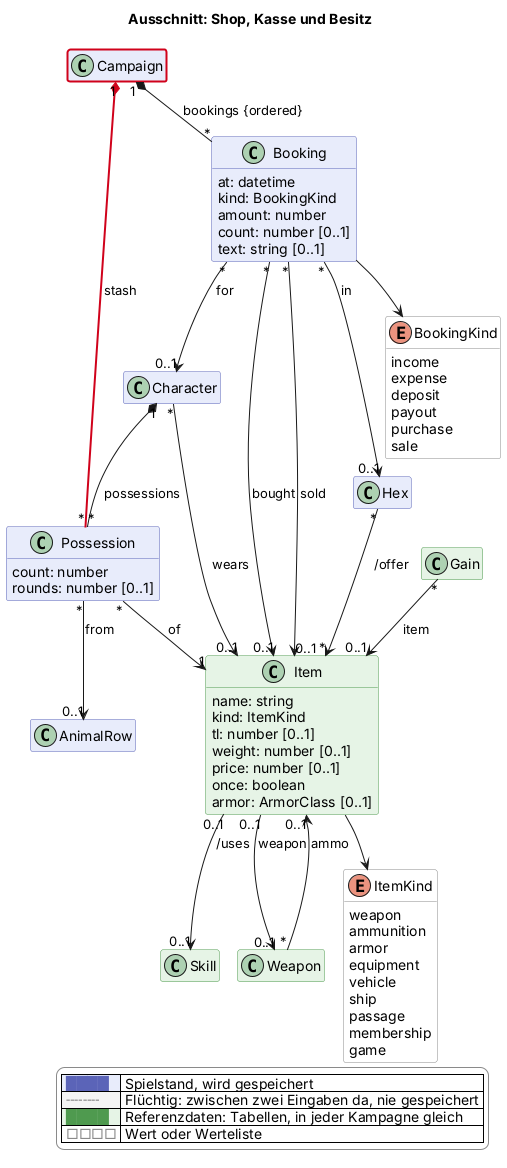
The PlantUML diagram docs/views/shop.png in scuzzar/SRE, before a commit. Source of this version:
```plantuml
@startuml
!if %not(%variable_exists("$change"))
!$change = "*"
!endif
!function $marked($c)
!return $change == "*" || $change == $c
!endfunction
!function $new($c, $t)
!if $marked($c)
!return "<color:#d0021b><b>" + $t + "</b></color>"
!endif
!return $t
!endfunction
!procedure $gone($c, $t)
!if $marked($c)
<color:#d0021b><s>$t</s></color>
!endif
!endprocedure
!function $newClass($c)
!if $marked($c)
!return "#line:d0021b;line.bold"
!endif
!return ""
!endfunction
!function $newArrow($c)
!if $marked($c)
!return "[#d0021b,bold]"
!endif
!return ""
!endfunction
!function $goneArrow($c)
!if $marked($c)
!return "[#d0021b,dashed]"
!endif
!return ""
!endfunction
!pragma layout smetana
title Ausschnitt: Shop, Kasse und Besitz
hide empty members
hide methods
skinparam classAttributeIconSize 0
skinparam shadowing false
skinparam packageStyle rectangle
skinparam class {
  BackgroundColor #e8ecfb
  BorderColor #5b64b8
  BackgroundColor<<transient>> #f4f4f4
  BorderColor<<transient>> #8a8a8a
  BackgroundColor<<reference>> #e6f4e6
  BorderColor<<reference>> #4f9a4f
  BackgroundColor<<value>> #ffffff
  BorderColor<<value>> #8a8a8a
}
skinparam legendBackgroundColor #ffffff
skinparam legendBorderColor #8a8a8a
<style>
classDiagram {
  class {
    .transient {
      LineStyle 5-3
    }
  }
}
</style>
hide <<transient>> stereotype
hide <<reference>> stereotype
hide <<value>> stereotype

  class Campaign $kampagne
  class Booking $shop {
    at: datetime
    kind: BookingKind
    amount: number
    count: number [0..1]
    text: string [0..1]
  }
  enum BookingKind <<value>> $shop {
    income
    expense
    deposit
    payout
    purchase
    sale
  }
  class Character $charakter
  class Possession $shop {
    count: number
    rounds: number [0..1]
  }


  class Hex $sektor


  class AnimalRow $begegnung

  class Skill <<reference>> $charakter
  class Gain <<reference>> $erschaffung
  class Item <<reference>> $shop {
    name: string
    kind: ItemKind
    tl: number [0..1]
    weight: number [0..1]
    price: number [0..1]
    once: boolean
    armor: ArmorClass [0..1]
  }
  class Weapon <<reference>> $kampf
  enum ItemKind <<value>> $shop {
    weapon
    ammunition
    armor
    equipment
    vehicle
    ship
    passage
    membership
    game
  }

Campaign "1" *-- "*" Booking : bookings {ordered}
Booking "*" --> "0..1" Character : for
Booking "*" --> "0..1" Item : bought
Booking "*" --> "0..1" Item : sold
Booking "*" --> "0..1" Hex : in
Booking --> BookingKind


Gain "*" --> "0..1" Item : item


Character "1" *-- "*" Possession : possessions
Campaign "1" *-$newArrow("2026-11-13b")- "*" Possession : stash
Possession "*" --> "1" Item : of
Item --> ItemKind
Item "0..1" --> "0..1" Skill : /uses
Item "0..1" --> "0..1" Weapon : weapon

Weapon "*" --> "0..1" Item : ammo
Hex "*" --> "*" Item : /offer

Possession "*" --> "0..1" AnimalRow : from



Character "*" --> "0..1" Item : wears



legend right
  |<#e8ecfb> <color:#5b64b8>████</color> | Spielstand, wird gespeichert |
  |<#f4f4f4> <color:#8a8a8a>╌╌╌╌</color> | Flüchtig: zwischen zwei Eingaben da, nie gespeichert |
  |<#e6f4e6> <color:#4f9a4f>████</color> | Referenzdaten: Tabellen, in jeder Kampagne gleich |
  |<#ffffff> <color:#8a8a8a>□□□□</color> | Wert oder Werteliste |
endlegend
class Campaign #line:d0021b;line.bold
@enduml
```
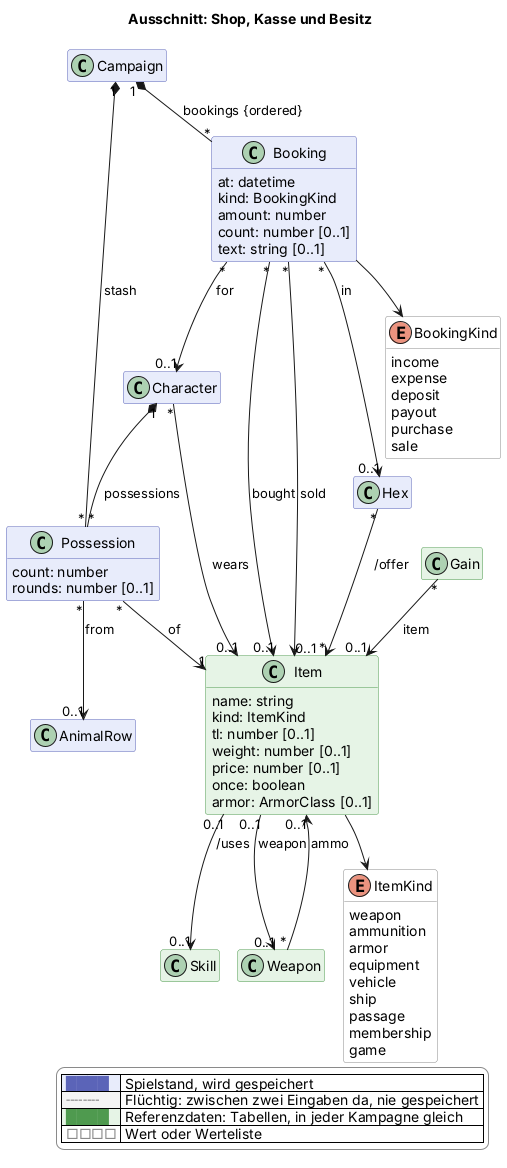
Above is the later version.

The edit, as a diff of the source:
```diff
@@ -130,7 +130,7 @@
 
 
 Character "1" *-- "*" Possession : possessions
-Campaign "1" *-$newArrow("2026-11-13b")- "*" Possession : stash
+Campaign "1" *-- "*" Possession : stash
 Possession "*" --> "1" Item : of
 Item --> ItemKind
 Item "0..1" --> "0..1" Skill : /uses
@@ -153,5 +153,4 @@
   |<#e6f4e6> <color:#4f9a4f>████</color> | Referenzdaten: Tabellen, in jeder Kampagne gleich |
   |<#ffffff> <color:#8a8a8a>□□□□</color> | Wert oder Werteliste |
 endlegend
-class Campaign #line:d0021b;line.bold
 @enduml
```
